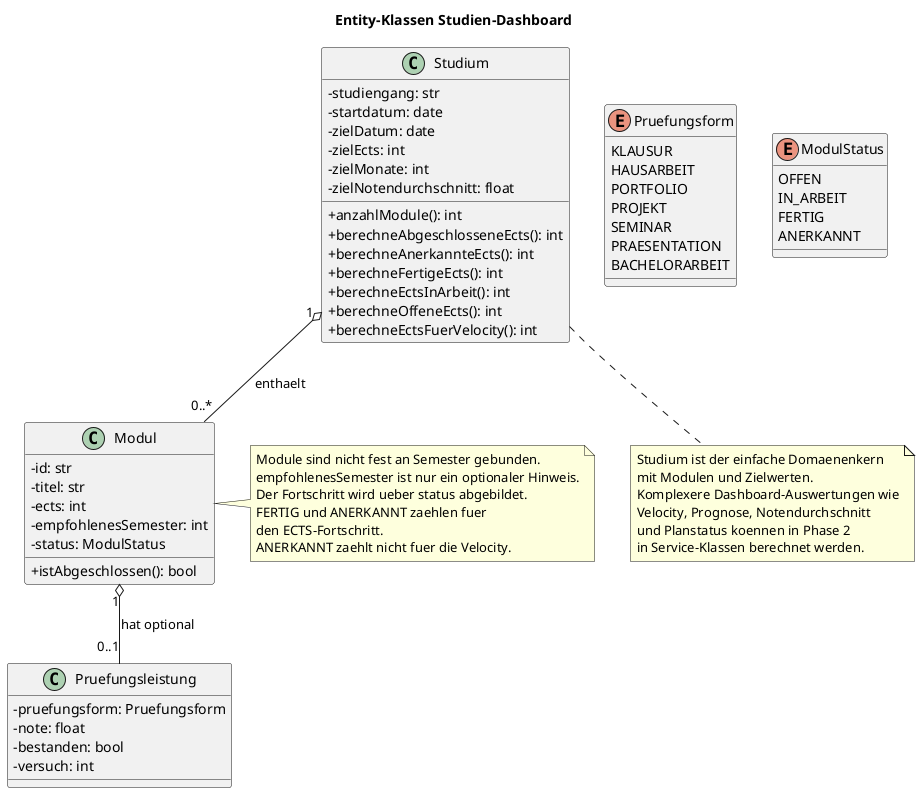
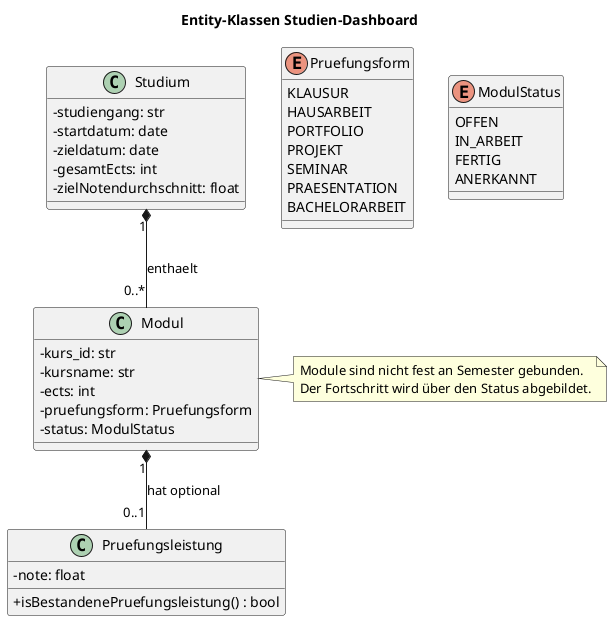
﻿@startuml
skinparam classAttributeIconSize 0

title Entity-Klassen Studien-Dashboard

class Studium {
  - studiengang: str
  - startdatum: date
-   - zielDatum: date
-   - zielEcts: int
-   - zielMonate: int
+   - zieldatum: date
+   - gesamtEcts: int
  - zielNotendurchschnitt: float
-   + anzahlModule(): int
-   + berechneAbgeschlosseneEcts(): int
-   + berechneAnerkannteEcts(): int
-   + berechneFertigeEcts(): int
-   + berechneEctsInArbeit(): int
-   + berechneOffeneEcts(): int
-   + berechneEctsFuerVelocity(): int
}

class Modul {
-   - id: str
-   - titel: str
+   - kurs_id: str
+   - kursname: str
  - ects: int
-   - empfohlenesSemester: int
+   - pruefungsform: Pruefungsform
  - status: ModulStatus
-   + istAbgeschlossen(): bool
}

class Pruefungsleistung {
-   - pruefungsform: Pruefungsform
  - note: float
-   - bestanden: bool
-   - versuch: int
+   + isBestandenePruefungsleistung() : bool
}

enum Pruefungsform {
  KLAUSUR
  HAUSARBEIT
  PORTFOLIO
  PROJEKT
  SEMINAR
  PRAESENTATION
  BACHELORARBEIT
}

enum ModulStatus {
  OFFEN
  IN_ARBEIT
  FERTIG
  ANERKANNT
}

- Studium "1" o-- "0..*" Modul : enthaelt
- Modul "1" o-- "0..1" Pruefungsleistung : hat optional
+ Studium "1" *-- "0..*" Modul : enthaelt
+ Modul "1" *-- "0..1" Pruefungsleistung : hat optional

note right of Modul
  Module sind nicht fest an Semester gebunden.
-   empfohlenesSemester ist nur ein optionaler Hinweis.
-   Der Fortschritt wird ueber status abgebildet.
-   FERTIG und ANERKANNT zaehlen fuer
-   den ECTS-Fortschritt.
-   ANERKANNT zaehlt nicht fuer die Velocity.
+   Der Fortschritt wird über den Status abgebildet.
end note

- note bottom of Studium
-   Studium ist der einfache Domaenenkern
-   mit Modulen und Zielwerten.
-   Komplexere Dashboard-Auswertungen wie
-   Velocity, Prognose, Notendurchschnitt
-   und Planstatus koennen in Phase 2
-   in Service-Klassen berechnet werden.
- end note
- 
- @enduml
+ @enduml